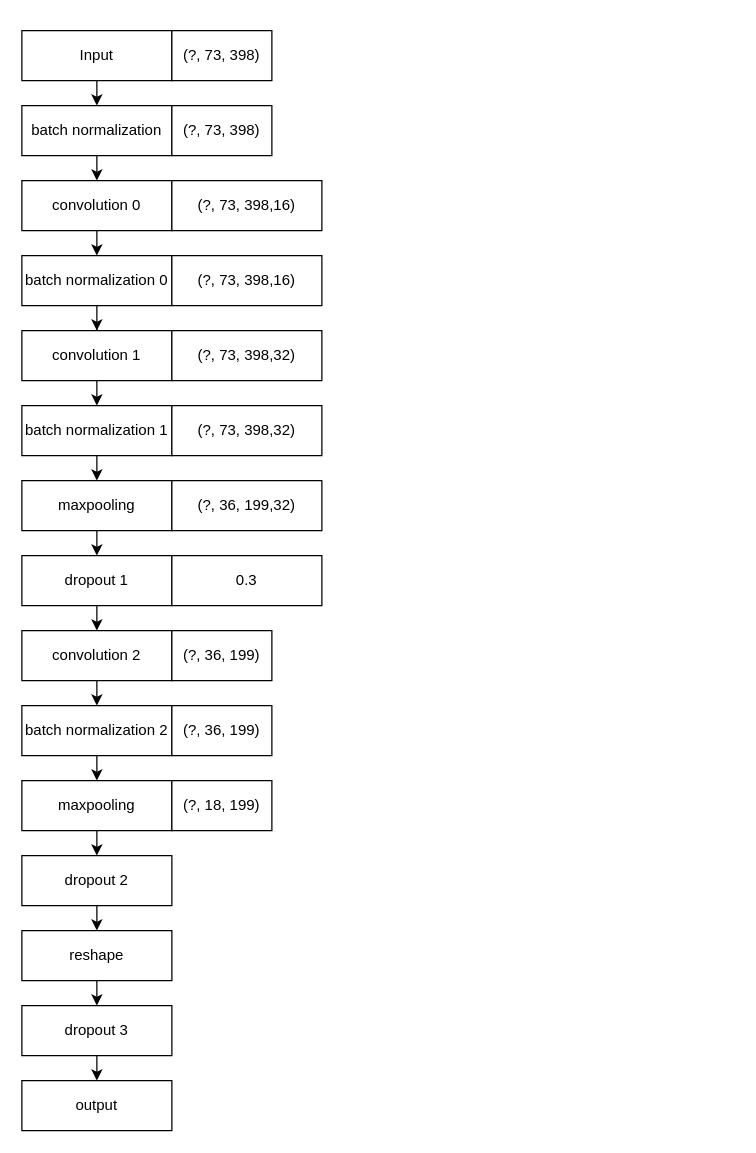
Before: Report/drawio/complex-cnn.drawio in AkaiKen/Drug-Molecular-Toxicity-Prediction, a draw.io diagram. Source tidied: cells renumbered, new cells numbered last; positions are measured from the earlier drawing's top-left corner, leaving out a move shared by most shapes. Both pictures are drawn from the tidied source at 125%, with x=0, y=0 at pixel (21, 30).
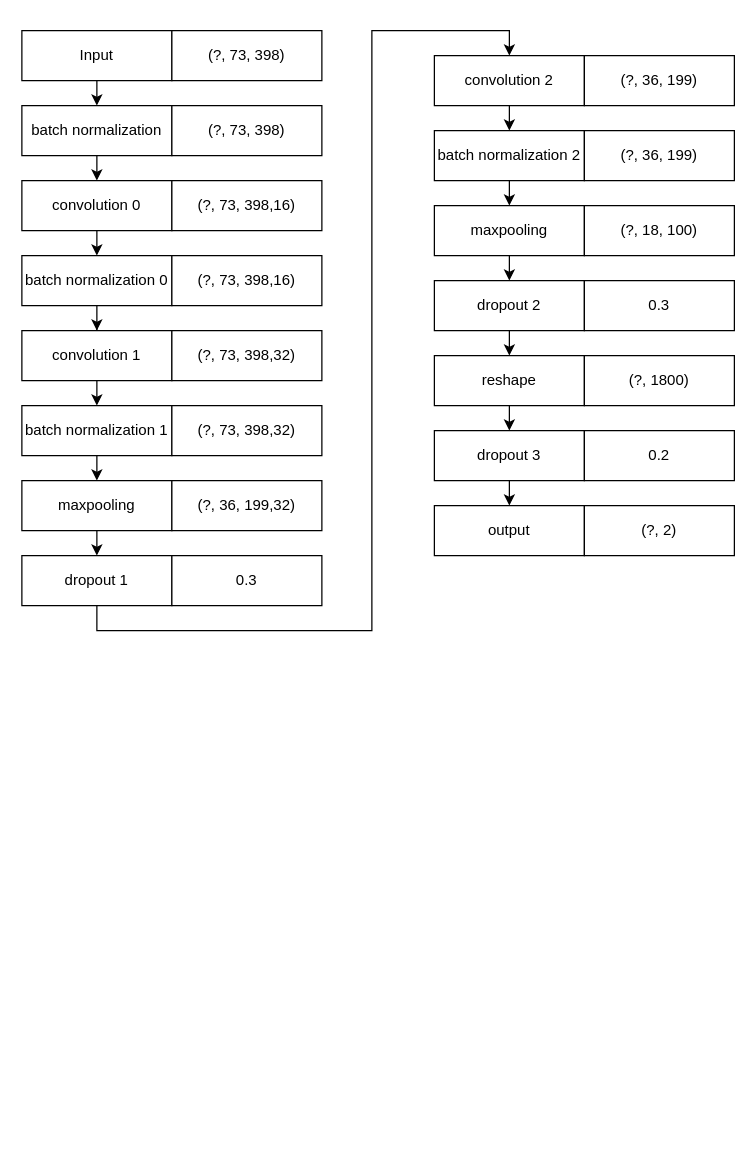
After the change.

The change refers to these unchanged cells:
```xml
<mxCell id="19" value="dropout 1" style="rounded=0;whiteSpace=wrap;html=1;" parent="1" vertex="1">
  <mxGeometry y="420" width="120" height="40" as="geometry" />
</mxCell>
```

The edit, as a diff of the source:
```diff
@@
     <mxCell id="15" value="convolution 2" style="rounded=0;whiteSpace=wrap;html=1;" parent="1" vertex="1">
-      <mxGeometry y="480" width="120" height="40" as="geometry" />
+      <mxGeometry x="330" y="20" width="120" height="40" as="geometry" />
     </mxCell>
@@
     <mxCell id="17" value="batch normalization 2" style="rounded=0;whiteSpace=wrap;html=1;" parent="1" vertex="1">
-      <mxGeometry y="540" width="120" height="40" as="geometry" />
+      <mxGeometry x="330" y="80" width="120" height="40" as="geometry" />
     </mxCell>
     <mxCell id="18" style="edgeStyle=orthogonalEdgeStyle;rounded=0;jettySize=auto;html=1;exitX=0.5;exitY=1;exitDx=0;exitDy=0;entryX=0.5;entryY=0;entryDx=0;entryDy=0;" parent="1" edge="1" source="19" target="15">
-      <mxGeometry relative="1" as="geometry" />
+      <mxGeometry relative="1" as="geometry">
+        <Array as="points">
+          <mxPoint x="60" y="480" />
+          <mxPoint x="280" y="480" />
+          <mxPoint x="280" />
+          <mxPoint x="390" />
+        </Array>
+      </mxGeometry>
     </mxCell>
@@
     <mxCell id="21" value="dropout 2" style="rounded=0;whiteSpace=wrap;html=1;" parent="1" vertex="1">
-      <mxGeometry y="660" width="120" height="40" as="geometry" />
+      <mxGeometry x="330" y="200" width="120" height="40" as="geometry" />
     </mxCell>
@@
     <mxCell id="23" value="reshape" style="rounded=0;whiteSpace=wrap;html=1;" parent="1" vertex="1">
-      <mxGeometry y="720" width="120" height="40" as="geometry" />
+      <mxGeometry x="330" y="260" width="120" height="40" as="geometry" />
     </mxCell>
@@
     <mxCell id="25" value="dropout 3" style="rounded=0;whiteSpace=wrap;html=1;" parent="1" vertex="1">
-      <mxGeometry y="780" width="120" height="40" as="geometry" />
+      <mxGeometry x="330" y="320" width="120" height="40" as="geometry" />
     </mxCell>
     <mxCell id="26" value="output" style="rounded=0;whiteSpace=wrap;html=1;" parent="1" vertex="1">
-      <mxGeometry y="840" width="120" height="40" as="geometry" />
+      <mxGeometry x="330" y="380" width="120" height="40" as="geometry" />
     </mxCell>
     <mxCell id="27" value="(?, 73, 398)" style="rounded=0;whiteSpace=wrap;html=1;" parent="1" vertex="1">
-      <mxGeometry x="120" width="80" height="40" as="geometry" />
+      <mxGeometry x="120" width="120" height="40" as="geometry" />
     </mxCell>
     <mxCell id="28" value="(?, 73, 398)" style="rounded=0;whiteSpace=wrap;html=1;" parent="1" vertex="1">
-      <mxGeometry x="120" y="60" width="80" height="40" as="geometry" />
+      <mxGeometry x="120" y="60" width="120" height="40" as="geometry" />
     </mxCell>
@@
     <mxCell id="34" value="maxpooling" style="rounded=0;whiteSpace=wrap;html=1;" parent="1" vertex="1">
-      <mxGeometry y="600" width="120" height="40" as="geometry" />
+      <mxGeometry x="330" y="140" width="120" height="40" as="geometry" />
     </mxCell>
@@
     <mxCell id="39" value="(?, 36, 199)" style="rounded=0;whiteSpace=wrap;html=1;" parent="1" vertex="1">
-      <mxGeometry x="120" y="480" width="80" height="40" as="geometry" />
+      <mxGeometry x="450" y="20" width="120" height="40" as="geometry" />
     </mxCell>
     <mxCell id="40" value="(?, 36, 199)" style="rounded=0;whiteSpace=wrap;html=1;" parent="1" vertex="1">
-      <mxGeometry x="120" y="540" width="80" height="40" as="geometry" />
+      <mxGeometry x="450" y="80" width="120" height="40" as="geometry" />
     </mxCell>
-    <mxCell id="41" value="(?, 18, 199)" style="rounded=0;whiteSpace=wrap;html=1;" parent="1" vertex="1">
-      <mxGeometry x="120" y="600" width="80" height="40" as="geometry" />
+    <mxCell id="41" value="(?, 18, 100)" style="rounded=0;whiteSpace=wrap;html=1;" parent="1" vertex="1">
+      <mxGeometry x="450" y="140" width="120" height="40" as="geometry" />
     </mxCell>
+    <mxCell id="42" value="0.3" style="rounded=0;whiteSpace=wrap;html=1;" parent="1" vertex="1">
+      <mxGeometry x="450" y="200" width="120" height="40" as="geometry" />
+    </mxCell>
+    <mxCell id="43" value="(?, 1800)" style="rounded=0;whiteSpace=wrap;html=1;" parent="1" vertex="1">
+      <mxGeometry x="450" y="260" width="120" height="40" as="geometry" />
+    </mxCell>
+    <mxCell id="44" value="0.2" style="rounded=0;whiteSpace=wrap;html=1;" parent="1" vertex="1">
+      <mxGeometry x="450" y="320" width="120" height="40" as="geometry" />
+    </mxCell>
+    <mxCell id="45" value="(?, 2)" style="rounded=0;whiteSpace=wrap;html=1;" parent="1" vertex="1">
+      <mxGeometry x="450" y="380" width="120" height="40" as="geometry" />
+    </mxCell>
```
